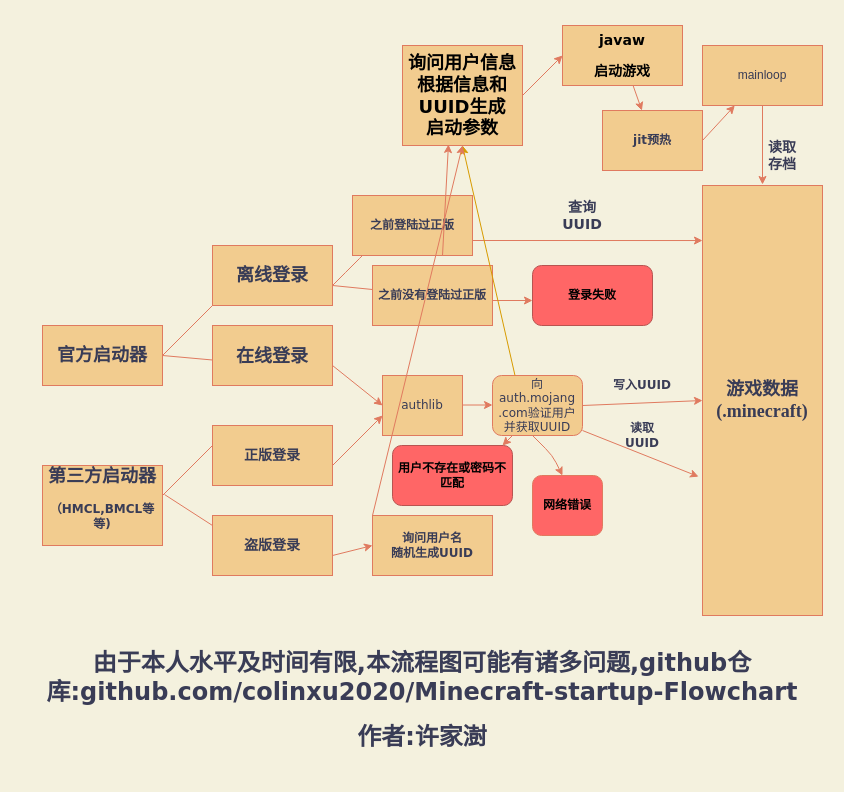
Earlier version of the draw.io diagram minecraft java版启动过程.drawio (colinxu2020/Minecraft-startup-Flowchart). Source tidied: cells renumbered, new cells numbered last; positions are measured from the earlier drawing's top-left corner, leaving out a move shared by most shapes. Both pictures are drawn from the tidied source at 100%, with x=0, y=0 at pixel (17, 25).
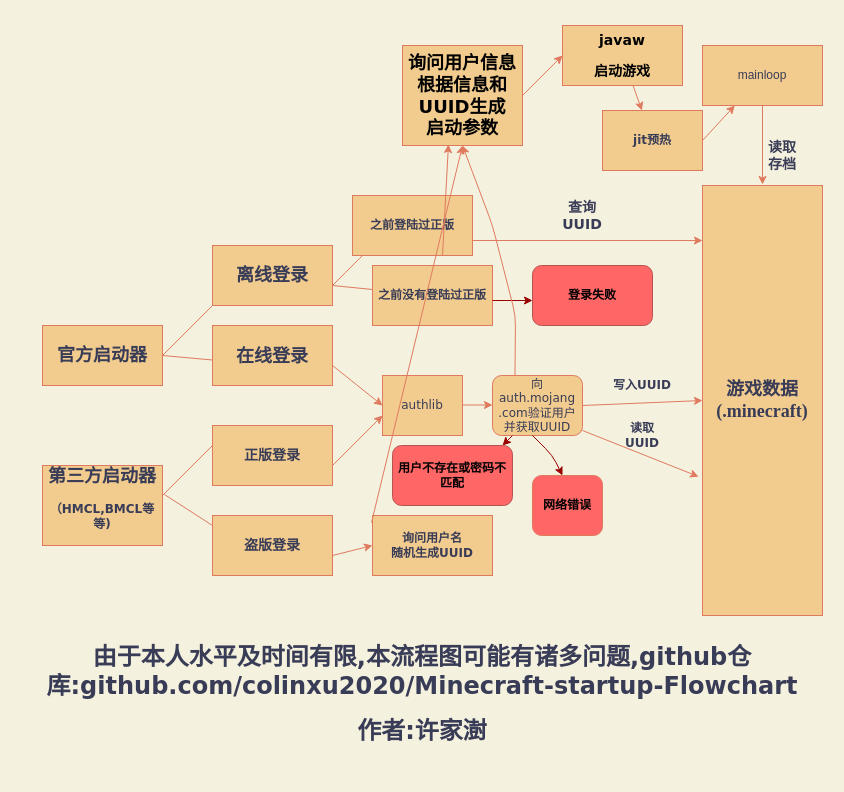
After the change.

Commit message:
更新minecraft java版启动过程.drawio

The change refers to these unchanged cells:
```xml
<mxCell id="21" value="&lt;h4&gt;询问用户名&lt;br&gt;随机生成UUID&lt;/h4&gt;" style="rounded=0;whiteSpace=wrap;html=1;fontFamily=Verdana;fillColor=#F2CC8F;strokeColor=#E07A5F;fontColor=#393C56;" parent="1" vertex="1">
  <mxGeometry x="355" y="490" width="120" height="60" as="geometry" />
</mxCell>
<mxCell id="27" value="向auth.mojang&lt;br&gt;.com验证用户并获取UUID" style="rounded=1;whiteSpace=wrap;html=1;fontFamily=Verdana;fillColor=#F2CC8F;strokeColor=#E07A5F;fontColor=#393C56;" parent="1" vertex="1">
  <mxGeometry x="475" y="350" width="90" height="60" as="geometry" />
</mxCell>
<mxCell id="36" value="&lt;h2&gt;&lt;font color=&quot;#000000&quot;&gt;询问用户信息&lt;br&gt;&lt;/font&gt;&lt;font color=&quot;#000000&quot;&gt;根据信息和UUID生成&lt;br&gt;&lt;/font&gt;&lt;font color=&quot;#000000&quot;&gt;启动参数&lt;/font&gt;&lt;/h2&gt;" style="rounded=0;whiteSpace=wrap;html=1;fontFamily=Verdana;fontColor=#393C56;fillColor=#F2CC8F;strokeColor=#E07A5F;" parent="1" vertex="1">
  <mxGeometry x="385" y="20" width="120" height="100" as="geometry" />
</mxCell>
```

Change to the diagram source:
```diff
@@
-    <mxCell id="12" style="endArrow=classic;html=1;fontFamily=Verdana;labelBackgroundColor=#F4F1DE;strokeColor=#E07A5F;fontColor=#393C56;" parent="1" edge="1">
+    <mxCell id="12" style="endArrow=classic;html=1;fontFamily=Verdana;labelBackgroundColor=#F4F1DE;fontColor=#393C56;fillColor=#f8cecc;strokeColor=#990000;" parent="1" edge="1">
       <mxGeometry relative="1" as="geometry">
         <mxPoint x="475" y="275" as="sourcePoint" />
         <mxPoint x="515" y="275" as="targetPoint" />
       </mxGeometry>
     </mxCell>
@@
-    <mxCell id="32" style="endArrow=classic;html=1;fontFamily=Verdana;fontColor=#393C56;fillColor=#F2CC8F;strokeColor=#E07A5F;labelBackgroundColor=#F4F1DE;" parent="1" edge="1">
+    <mxCell id="32" style="endArrow=classic;html=1;fontFamily=Verdana;fontColor=#393C56;fillColor=#f8cecc;labelBackgroundColor=#F4F1DE;strokeColor=#990000;" parent="1" edge="1">
       <mxGeometry relative="1" as="geometry">
         <mxPoint x="515" y="410" as="sourcePoint" />
         <mxPoint x="545" y="450" as="targetPoint" />
         <Array as="points">
           <mxPoint x="535" y="430" />
         </Array>
       </mxGeometry>
     </mxCell>
@@
-    <mxCell id="34" style="endArrow=classic;html=1;fontFamily=Verdana;fontColor=#393C56;fillColor=#F2CC8F;strokeColor=#E07A5F;labelBackgroundColor=#F4F1DE;" parent="1" edge="1">
+    <mxCell id="34" style="endArrow=classic;html=1;fontFamily=Verdana;fontColor=#393C56;fillColor=#f8cecc;labelBackgroundColor=#F4F1DE;strokeColor=#990000;" parent="1" edge="1">
       <mxGeometry relative="1" as="geometry">
         <mxPoint x="495" y="410" as="sourcePoint" />
         <mxPoint x="485" y="420" as="targetPoint" />
       </mxGeometry>
     </mxCell>
@@
-    <mxCell id="37" style="endArrow=classic;html=1;fontFamily=Verdana;fontColor=#393C56;entryX=0.5;entryY=1;entryDx=0;entryDy=0;exitX=0.25;exitY=0;exitDx=0;exitDy=0;labelBackgroundColor=#F4F1DE;strokeColor=#d79b00;fillColor=#ffe6cc;" parent="1" edge="1" source="27" target="36">
-      <mxGeometry relative="1" as="geometry" />
+    <mxCell id="37" style="endArrow=classic;html=1;fontFamily=Verdana;fontColor=#393C56;entryX=0.5;entryY=1;entryDx=0;entryDy=0;exitX=0.25;exitY=0;exitDx=0;exitDy=0;labelBackgroundColor=#F4F1DE;fillColor=#ffe6cc;strokeColor=#E07A5F;" parent="1" edge="1" source="27" target="36">
+      <mxGeometry relative="1" as="geometry">
+        <Array as="points">
+          <mxPoint x="498" y="290" />
+          <mxPoint x="475" y="200" />
+        </Array>
+      </mxGeometry>
     </mxCell>
@@
-    <mxCell id="39" style="endArrow=classic;html=1;fontFamily=Verdana;fontColor=#393C56;exitX=0;exitY=0;exitDx=0;exitDy=0;entryX=0.5;entryY=1;entryDx=0;entryDy=0;labelBackgroundColor=#F4F1DE;strokeColor=#E07A5F;" parent="1" edge="1" source="21" target="36">
+    <mxCell id="39" style="endArrow=classic;html=1;fontFamily=Verdana;fontColor=#393C56;exitX=-0.008;exitY=0.117;exitDx=0;exitDy=0;entryX=0.5;entryY=1;entryDx=0;entryDy=0;labelBackgroundColor=#F4F1DE;strokeColor=#E07A5F;exitPerimeter=0;" parent="1" edge="1" source="21" target="36">
       <mxGeometry relative="1" as="geometry" />
     </mxCell>
@@
     <mxCell id="45" value="&lt;h1&gt;由于本人水平及时间有限,本流程图可能有诸多问题,github仓库:github.com/colinxu2020/Minecraft-startup-Flowchart&lt;/h1&gt;&lt;h1&gt;作者:许家澍&lt;/h1&gt;" style="text;html=1;strokeColor=none;fillColor=none;align=center;verticalAlign=middle;whiteSpace=wrap;rounded=0;fontFamily=Verdana;fontColor=#393C56;" parent="1" vertex="1">
-      <mxGeometry y="600" width="810" height="150" as="geometry" />
+      <mxGeometry y="594" width="810" height="150" as="geometry" />
     </mxCell>
```
